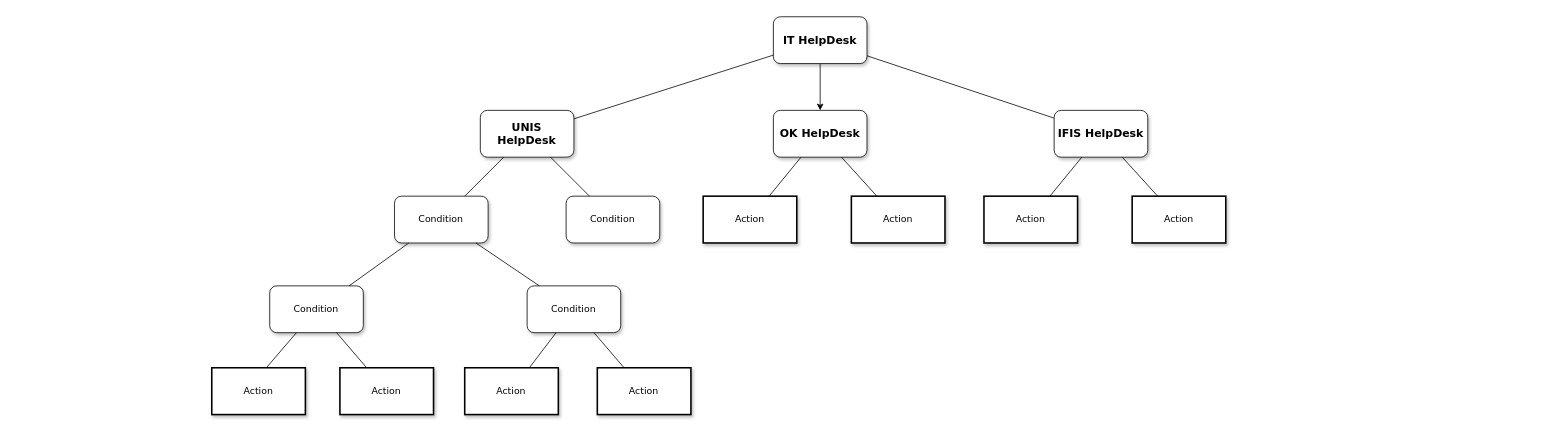
Above: Untitled Diagram.drawio in Jung-YongJin/HelpDesk (draw.io), before the change. Source tidied: cells renumbered, new cells numbered last; positions are measured from the earlier drawing's top-left corner, leaving out a move shared by most shapes. Both pictures are drawn from the tidied source at 78%, with x=0, y=0 at pixel (211, 16).
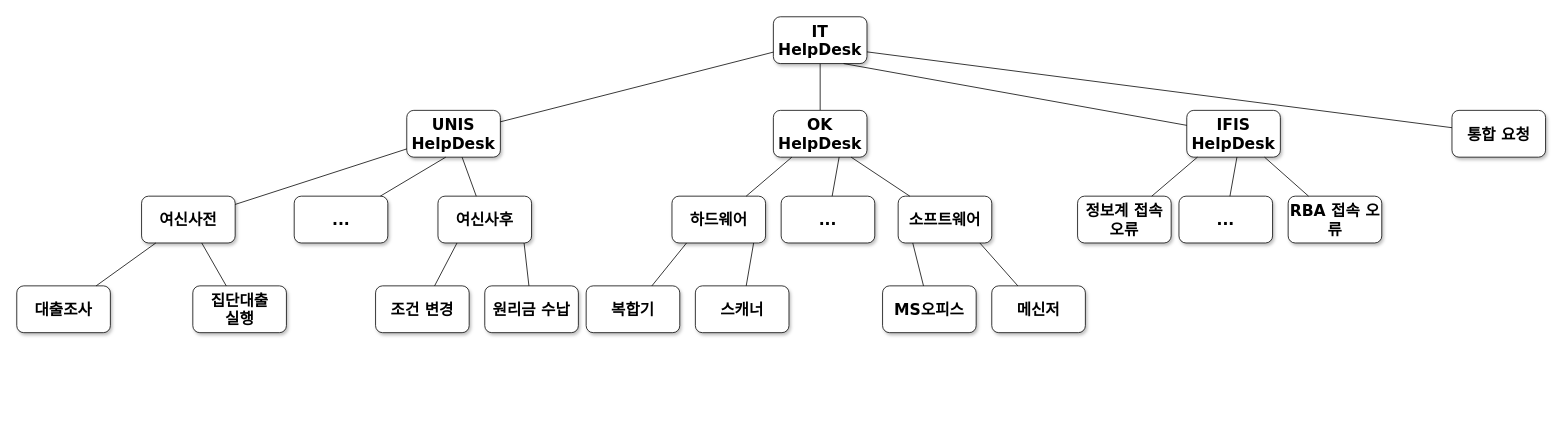
After the change.

Diff of the diagram source:
```diff
@@
-    <mxCell id="2" style="edgeStyle=orthogonalEdgeStyle;rounded=0;jettySize=auto;html=1;" parent="1" edge="1" source="3" target="28">
+    <mxCell id="2" style="edgeStyle=orthogonalEdgeStyle;rounded=0;jettySize=auto;html=1;endArrow=none;endFill=0;" parent="1" edge="1" source="3" target="28">
       <mxGeometry relative="1" as="geometry" />
     </mxCell>
-    <mxCell id="3" value="&lt;b&gt;&lt;font style=&quot;font-size: 14px;&quot;&gt;IT HelpDesk&lt;/font&gt;&lt;/b&gt;" style="whiteSpace=wrap;html=1;rounded=1;shadow=1;labelBackgroundColor=none;strokeWidth=1;fontFamily=Verdana;fontSize=12;align=center;" parent="1" vertex="1">
+    <mxCell id="3" value="&lt;b&gt;&lt;font style=&quot;font-size: 20px;&quot;&gt;IT HelpDesk&lt;/font&gt;&lt;/b&gt;" style="whiteSpace=wrap;html=1;rounded=1;shadow=1;labelBackgroundColor=none;strokeWidth=1;fontFamily=Verdana;fontSize=12;align=center;" parent="1" vertex="1">
       <mxGeometry x="720" width="120" height="60" as="geometry" />
     </mxCell>
-    <mxCell id="4" value="&lt;b style=&quot;border-color: var(--border-color);&quot;&gt;&lt;font style=&quot;border-color: var(--border-color); font-size: 14px;&quot;&gt;UNIS HelpDesk&lt;/font&gt;&lt;/b&gt;" style="whiteSpace=wrap;html=1;rounded=1;shadow=1;labelBackgroundColor=none;strokeWidth=1;fontFamily=Verdana;fontSize=12;align=center;" parent="1" vertex="1">
-      <mxGeometry x="344.3" y="120" width="120" height="60" as="geometry" />
+    <mxCell id="4" value="&lt;b style=&quot;border-color: var(--border-color);&quot;&gt;&lt;font style=&quot;border-color: var(--border-color); font-size: 20px;&quot;&gt;UNIS HelpDesk&lt;/font&gt;&lt;/b&gt;" style="whiteSpace=wrap;html=1;rounded=1;shadow=1;labelBackgroundColor=none;strokeWidth=1;fontFamily=Verdana;fontSize=12;align=center;" parent="1" vertex="1">
+      <mxGeometry x="250" y="120" width="120" height="60" as="geometry" />
     </mxCell>
-    <mxCell id="5" value="&lt;b style=&quot;border-color: var(--border-color);&quot;&gt;&lt;font style=&quot;border-color: var(--border-color); font-size: 14px;&quot;&gt;IFIS HelpDesk&lt;/font&gt;&lt;/b&gt;" style="whiteSpace=wrap;html=1;rounded=1;shadow=1;labelBackgroundColor=none;strokeWidth=1;fontFamily=Verdana;fontSize=12;align=center;" parent="1" vertex="1">
-      <mxGeometry x="1080" y="120" width="120" height="60" as="geometry" />
+    <mxCell id="5" value="&lt;b style=&quot;border-color: var(--border-color);&quot;&gt;&lt;font style=&quot;border-color: var(--border-color); font-size: 20px;&quot;&gt;IFIS HelpDesk&lt;/font&gt;&lt;/b&gt;" style="whiteSpace=wrap;html=1;rounded=1;shadow=1;labelBackgroundColor=none;strokeWidth=1;fontFamily=Verdana;fontSize=12;align=center;" parent="1" vertex="1">
+      <mxGeometry x="1250" y="120" width="120" height="60" as="geometry" />
     </mxCell>
-    <mxCell id="6" style="rounded=0;html=1;labelBackgroundColor=none;startArrow=none;startFill=0;startSize=5;endArrow=none;endFill=0;endSize=5;jettySize=auto;strokeWidth=1;fontFamily=Verdana;fontSize=12;" parent="1" edge="1" source="3" target="5">
+    <mxCell id="6" style="rounded=0;html=1;labelBackgroundColor=none;startArrow=none;startFill=0;startSize=5;endArrow=none;endFill=0;endSize=5;jettySize=auto;strokeWidth=1;fontFamily=Verdana;fontSize=12;exitX=0.75;exitY=1;exitDx=0;exitDy=0;" parent="1" edge="1" source="3" target="5">
       <mxGeometry x="-0.3" y="13" relative="1" as="geometry" />
     </mxCell>
@@
-    <mxCell id="8" value="&lt;span&gt;Condition&lt;/span&gt;" style="whiteSpace=wrap;html=1;rounded=1;shadow=1;labelBackgroundColor=none;strokeWidth=1;fontFamily=Verdana;fontSize=12;align=center;" parent="1" vertex="1">
-      <mxGeometry x="234.3" y="230" width="120" height="60" as="geometry" />
+    <mxCell id="8" value="&lt;span&gt;&lt;b&gt;&lt;font style=&quot;font-size: 20px;&quot;&gt;여신사전&lt;/font&gt;&lt;/b&gt;&lt;/span&gt;" style="whiteSpace=wrap;html=1;rounded=1;shadow=1;labelBackgroundColor=none;strokeWidth=1;fontFamily=Verdana;fontSize=12;align=center;" parent="1" vertex="1">
+      <mxGeometry x="-90" y="230" width="120" height="60" as="geometry" />
     </mxCell>
-    <mxCell id="9" value="&lt;span&gt;Condition&lt;/span&gt;" style="whiteSpace=wrap;html=1;rounded=1;shadow=1;labelBackgroundColor=none;strokeWidth=1;fontFamily=Verdana;fontSize=12;align=center;" parent="1" vertex="1">
-      <mxGeometry x="454.3" y="230" width="120" height="60" as="geometry" />
+    <mxCell id="9" value="&lt;span&gt;&lt;b&gt;&lt;font style=&quot;font-size: 20px;&quot;&gt;여신사후&lt;/font&gt;&lt;/b&gt;&lt;/span&gt;" style="whiteSpace=wrap;html=1;rounded=1;shadow=1;labelBackgroundColor=none;strokeWidth=1;fontFamily=Verdana;fontSize=12;align=center;" parent="1" vertex="1">
+      <mxGeometry x="290" y="230" width="120" height="60" as="geometry" />
     </mxCell>
-    <mxCell id="10" value="&lt;span&gt;Action&lt;/span&gt;" style="whiteSpace=wrap;html=1;rounded=0;shadow=1;labelBackgroundColor=none;strokeWidth=2;fontFamily=Verdana;fontSize=12;align=center;" parent="1" vertex="1">
-      <mxGeometry x="990" y="230" width="120" height="60" as="geometry" />
-    </mxCell>
-    <mxCell id="11" value="&lt;span&gt;Action&lt;/span&gt;" style="whiteSpace=wrap;html=1;rounded=0;shadow=1;labelBackgroundColor=none;strokeWidth=2;fontFamily=Verdana;fontSize=12;align=center;" parent="1" vertex="1">
-      <mxGeometry x="1180" y="230" width="120" height="60" as="geometry" />
-    </mxCell>
-    <mxCell id="12" value="&lt;span&gt;Condition&lt;/span&gt;" style="whiteSpace=wrap;html=1;rounded=1;shadow=1;labelBackgroundColor=none;strokeWidth=1;fontFamily=Verdana;fontSize=12;align=center;" parent="1" vertex="1">
-      <mxGeometry x="74.3" y="345" width="120" height="60" as="geometry" />
+    <mxCell id="12" value="&lt;b&gt;&lt;font style=&quot;font-size: 20px;&quot;&gt;대출조사&lt;/font&gt;&lt;/b&gt;" style="whiteSpace=wrap;html=1;rounded=1;shadow=1;labelBackgroundColor=none;strokeWidth=1;fontFamily=Verdana;fontSize=12;align=center;" parent="1" vertex="1">
+      <mxGeometry x="-250" y="345" width="120" height="60" as="geometry" />
     </mxCell>
-    <mxCell id="13" value="&lt;span&gt;Condition&lt;/span&gt;" style="whiteSpace=wrap;html=1;rounded=1;shadow=1;labelBackgroundColor=none;strokeWidth=1;fontFamily=Verdana;fontSize=12;align=center;" parent="1" vertex="1">
-      <mxGeometry x="404.3" y="345" width="120" height="60" as="geometry" />
+    <mxCell id="13" value="&lt;b&gt;&lt;font style=&quot;font-size: 20px;&quot;&gt;집단대출&lt;br&gt;실행&lt;/font&gt;&lt;/b&gt;" style="whiteSpace=wrap;html=1;rounded=1;shadow=1;labelBackgroundColor=none;strokeWidth=1;fontFamily=Verdana;fontSize=12;align=center;" parent="1" vertex="1">
+      <mxGeometry x="-24.3" y="345" width="120" height="60" as="geometry" />
     </mxCell>
@@
-    <mxCell id="16" style="rounded=0;html=1;labelBackgroundColor=none;startArrow=none;startFill=0;startSize=5;endArrow=none;endFill=0;endSize=5;jettySize=auto;strokeWidth=1;fontFamily=Verdana;fontSize=12;" parent="1" edge="1" source="5" target="10">
-      <mxGeometry x="-0.26" y="-13" relative="1" as="geometry" />
-    </mxCell>
-    <mxCell id="17" style="rounded=0;html=1;labelBackgroundColor=none;startArrow=none;startFill=0;startSize=5;endArrow=none;endFill=0;endSize=5;jettySize=auto;strokeWidth=1;fontFamily=Verdana;fontSize=12;" parent="1" edge="1" source="5" target="11">
-      <mxGeometry x="-0.13" y="17" relative="1" as="geometry" />
-    </mxCell>
@@
-    <mxCell id="20" value="Action" style="whiteSpace=wrap;html=1;rounded=0;shadow=1;labelBackgroundColor=none;strokeWidth=2;fontFamily=Verdana;fontSize=12;align=center;" parent="1" vertex="1">
-      <mxGeometry y="450" width="120" height="60" as="geometry" />
-    </mxCell>
-    <mxCell id="21" value="&lt;span&gt;Action&lt;/span&gt;" style="whiteSpace=wrap;html=1;rounded=0;shadow=1;labelBackgroundColor=none;strokeWidth=2;fontFamily=Verdana;fontSize=12;align=center;" parent="1" vertex="1">
-      <mxGeometry x="164.3" y="450" width="120" height="60" as="geometry" />
-    </mxCell>
-    <mxCell id="22" value="&lt;span&gt;Action&lt;/span&gt;" style="whiteSpace=wrap;html=1;rounded=0;shadow=1;labelBackgroundColor=none;strokeWidth=2;fontFamily=Verdana;fontSize=12;align=center;" parent="1" vertex="1">
-      <mxGeometry x="324.3" y="450" width="120" height="60" as="geometry" />
-    </mxCell>
-    <mxCell id="23" value="&lt;span&gt;Action&lt;/span&gt;" style="whiteSpace=wrap;html=1;rounded=0;shadow=1;labelBackgroundColor=none;strokeWidth=2;fontFamily=Verdana;fontSize=12;align=center;" parent="1" vertex="1">
-      <mxGeometry x="494.3" y="450" width="120" height="60" as="geometry" />
-    </mxCell>
-    <mxCell id="24" style="rounded=0;html=1;labelBackgroundColor=none;startArrow=none;startFill=0;startSize=5;endArrow=none;endFill=0;endSize=5;jettySize=auto;strokeWidth=1;fontFamily=Verdana;fontSize=12;" parent="1" edge="1" source="12">
-      <mxGeometry x="0.14" y="-16" relative="1" as="geometry">
-        <mxPoint x="70" y="450" as="targetPoint" />
-      </mxGeometry>
-    </mxCell>
-    <mxCell id="25" style="rounded=0;html=1;labelBackgroundColor=none;startArrow=none;startFill=0;startSize=5;endArrow=none;endFill=0;endSize=5;jettySize=auto;strokeWidth=1;fontFamily=Verdana;fontSize=12;" parent="1" edge="1" source="12" target="21">
-      <mxGeometry x="0.14" y="16" relative="1" as="geometry" />
-    </mxCell>
-    <mxCell id="26" style="rounded=0;html=1;labelBackgroundColor=none;startArrow=none;startFill=0;startSize=5;endArrow=none;endFill=0;endSize=5;jettySize=auto;strokeWidth=1;fontFamily=Verdana;fontSize=12;" parent="1" edge="1" source="13" target="22">
-      <mxGeometry y="-12" relative="1" as="geometry" />
-    </mxCell>
-    <mxCell id="27" style="rounded=0;html=1;labelBackgroundColor=none;startArrow=none;startFill=0;startSize=5;endArrow=none;endFill=0;endSize=5;jettySize=auto;strokeWidth=1;fontFamily=Verdana;fontSize=12;" parent="1" edge="1" source="13" target="23">
-      <mxGeometry x="0.14" y="16" relative="1" as="geometry" />
-    </mxCell>
-    <mxCell id="28" value="&lt;b style=&quot;border-color: var(--border-color);&quot;&gt;&lt;font style=&quot;border-color: var(--border-color); font-size: 14px;&quot;&gt;OK HelpDesk&lt;/font&gt;&lt;/b&gt;" style="whiteSpace=wrap;html=1;rounded=1;shadow=1;labelBackgroundColor=none;strokeWidth=1;fontFamily=Verdana;fontSize=12;align=center;" parent="1" vertex="1">
+    <mxCell id="28" value="&lt;b style=&quot;border-color: var(--border-color);&quot;&gt;&lt;font style=&quot;border-color: var(--border-color); font-size: 20px;&quot;&gt;OK HelpDesk&lt;/font&gt;&lt;/b&gt;" style="whiteSpace=wrap;html=1;rounded=1;shadow=1;labelBackgroundColor=none;strokeWidth=1;fontFamily=Verdana;fontSize=12;align=center;" parent="1" vertex="1">
       <mxGeometry x="720" y="120" width="120" height="60" as="geometry" />
     </mxCell>
-    <mxCell id="29" value="&lt;span&gt;Action&lt;/span&gt;" style="whiteSpace=wrap;html=1;rounded=0;shadow=1;labelBackgroundColor=none;strokeWidth=2;fontFamily=Verdana;fontSize=12;align=center;" parent="1" vertex="1">
-      <mxGeometry x="630" y="230" width="120" height="60" as="geometry" />
-    </mxCell>
-    <mxCell id="30" value="&lt;span&gt;Action&lt;/span&gt;" style="whiteSpace=wrap;html=1;rounded=0;shadow=1;labelBackgroundColor=none;strokeWidth=2;fontFamily=Verdana;fontSize=12;align=center;" parent="1" vertex="1">
-      <mxGeometry x="820" y="230" width="120" height="60" as="geometry" />
-    </mxCell>
-    <mxCell id="31" style="rounded=0;html=1;labelBackgroundColor=none;startArrow=none;startFill=0;startSize=5;endArrow=none;endFill=0;endSize=5;jettySize=auto;strokeWidth=1;fontFamily=Verdana;fontSize=12;" parent="1" edge="1" source="28" target="29">
-      <mxGeometry x="-0.26" y="-13" relative="1" as="geometry" />
-    </mxCell>
-    <mxCell id="32" style="rounded=0;html=1;labelBackgroundColor=none;startArrow=none;startFill=0;startSize=5;endArrow=none;endFill=0;endSize=5;jettySize=auto;strokeWidth=1;fontFamily=Verdana;fontSize=12;" parent="1" edge="1" source="28" target="30">
-      <mxGeometry x="-0.13" y="17" relative="1" as="geometry" />
-    </mxCell>
+    <mxCell id="33" value="&lt;b&gt;&lt;font style=&quot;font-size: 20px;&quot;&gt;...&lt;/font&gt;&lt;/b&gt;" style="whiteSpace=wrap;html=1;rounded=1;shadow=1;labelBackgroundColor=none;strokeWidth=1;fontFamily=Verdana;fontSize=12;align=center;" parent="1" vertex="1">
+      <mxGeometry x="105.7" y="230" width="120" height="60" as="geometry" />
+    </mxCell>
+    <mxCell id="34" style="rounded=0;html=1;labelBackgroundColor=none;startArrow=none;startFill=0;startSize=5;endArrow=none;endFill=0;endSize=5;jettySize=auto;strokeWidth=1;fontFamily=Verdana;fontSize=12;exitX=0.5;exitY=1;exitDx=0;exitDy=0;" parent="1" edge="1" target="33">
+      <mxGeometry x="-0.2" y="-14" relative="1" as="geometry">
+        <mxPoint x="300" y="180" as="sourcePoint" />
+      </mxGeometry>
+    </mxCell>
+    <mxCell id="35" value="&lt;b&gt;&lt;font style=&quot;font-size: 20px;&quot;&gt;조건 변경&lt;/font&gt;&lt;/b&gt;" style="whiteSpace=wrap;html=1;rounded=1;shadow=1;labelBackgroundColor=none;strokeWidth=1;fontFamily=Verdana;fontSize=12;align=center;" parent="1" vertex="1">
+      <mxGeometry x="210" y="345" width="120" height="60" as="geometry" />
+    </mxCell>
+    <mxCell id="36" value="&lt;b&gt;&lt;font style=&quot;font-size: 20px;&quot;&gt;원리금 수납&lt;/font&gt;&lt;/b&gt;" style="whiteSpace=wrap;html=1;rounded=1;shadow=1;labelBackgroundColor=none;strokeWidth=1;fontFamily=Verdana;fontSize=12;align=center;" parent="1" vertex="1">
+      <mxGeometry x="350" y="345" width="120" height="60" as="geometry" />
+    </mxCell>
+    <mxCell id="37" style="rounded=0;html=1;labelBackgroundColor=none;startArrow=none;startFill=0;startSize=5;endArrow=none;endFill=0;endSize=5;jettySize=auto;strokeWidth=1;fontFamily=Verdana;fontSize=12;" parent="1" edge="1" target="35">
+      <mxGeometry x="-0.22" y="-14" relative="1" as="geometry">
+        <mxPoint x="314.4" y="290" as="sourcePoint" />
+      </mxGeometry>
+    </mxCell>
+    <mxCell id="38" style="rounded=0;html=1;labelBackgroundColor=none;startArrow=none;startFill=0;startSize=5;endArrow=none;endFill=0;endSize=5;jettySize=auto;strokeWidth=1;fontFamily=Verdana;fontSize=12;" parent="1" edge="1" target="36">
+      <mxGeometry x="-0.29" y="12" relative="1" as="geometry">
+        <mxPoint x="400.4" y="290" as="sourcePoint" />
+      </mxGeometry>
+    </mxCell>
+    <mxCell id="39" value="&lt;b&gt;&lt;font style=&quot;font-size: 20px;&quot;&gt;하드웨어&lt;/font&gt;&lt;/b&gt;" style="whiteSpace=wrap;html=1;rounded=1;shadow=1;labelBackgroundColor=none;strokeWidth=1;fontFamily=Verdana;fontSize=12;align=center;" parent="1" vertex="1">
+      <mxGeometry x="590" y="230" width="120" height="60" as="geometry" />
+    </mxCell>
+    <mxCell id="40" value="&lt;font style=&quot;font-size: 20px;&quot;&gt;&lt;b&gt;소프트웨어&lt;/b&gt;&lt;/font&gt;" style="whiteSpace=wrap;html=1;rounded=1;shadow=1;labelBackgroundColor=none;strokeWidth=1;fontFamily=Verdana;fontSize=12;align=center;" parent="1" vertex="1">
+      <mxGeometry x="880" y="230" width="120" height="60" as="geometry" />
+    </mxCell>
+    <mxCell id="41" style="rounded=0;html=1;labelBackgroundColor=none;startArrow=none;startFill=0;startSize=5;endArrow=none;endFill=0;endSize=5;jettySize=auto;strokeWidth=1;fontFamily=Verdana;fontSize=12;" parent="1" edge="1" target="39">
+      <mxGeometry x="-0.22" y="-14" relative="1" as="geometry">
+        <mxPoint x="743.7" y="180" as="sourcePoint" />
+      </mxGeometry>
+    </mxCell>
+    <mxCell id="42" style="rounded=0;html=1;labelBackgroundColor=none;startArrow=none;startFill=0;startSize=5;endArrow=none;endFill=0;endSize=5;jettySize=auto;strokeWidth=1;fontFamily=Verdana;fontSize=12;" parent="1" edge="1" target="40">
+      <mxGeometry x="-0.29" y="12" relative="1" as="geometry">
+        <mxPoint x="819.7" y="180" as="sourcePoint" />
+      </mxGeometry>
+    </mxCell>
+    <mxCell id="43" value="&lt;font style=&quot;font-size: 20px;&quot;&gt;&lt;b&gt;정보계 접속 오류&lt;/b&gt;&lt;/font&gt;" style="whiteSpace=wrap;html=1;rounded=1;shadow=1;labelBackgroundColor=none;strokeWidth=1;fontFamily=Verdana;fontSize=12;align=center;" parent="1" vertex="1">
+      <mxGeometry x="1110" y="230" width="120" height="60" as="geometry" />
+    </mxCell>
+    <mxCell id="44" value="&lt;b&gt;&lt;font style=&quot;font-size: 20px;&quot;&gt;RBA 접속 오류&lt;/font&gt;&lt;/b&gt;" style="whiteSpace=wrap;html=1;rounded=1;shadow=1;labelBackgroundColor=none;strokeWidth=1;fontFamily=Verdana;fontSize=12;align=center;" parent="1" vertex="1">
+      <mxGeometry x="1380" y="230" width="120" height="60" as="geometry" />
+    </mxCell>
+    <mxCell id="45" style="rounded=0;html=1;labelBackgroundColor=none;startArrow=none;startFill=0;startSize=5;endArrow=none;endFill=0;endSize=5;jettySize=auto;strokeWidth=1;fontFamily=Verdana;fontSize=12;" parent="1" edge="1" target="43">
+      <mxGeometry x="-0.22" y="-14" relative="1" as="geometry">
+        <mxPoint x="1263.7" y="180" as="sourcePoint" />
+      </mxGeometry>
+    </mxCell>
+    <mxCell id="46" style="rounded=0;html=1;labelBackgroundColor=none;startArrow=none;startFill=0;startSize=5;endArrow=none;endFill=0;endSize=5;jettySize=auto;strokeWidth=1;fontFamily=Verdana;fontSize=12;" parent="1" edge="1" target="44">
+      <mxGeometry x="-0.29" y="12" relative="1" as="geometry">
+        <mxPoint x="1349.7" y="180" as="sourcePoint" />
+      </mxGeometry>
+    </mxCell>
+    <mxCell id="47" value="&lt;b&gt;&lt;font style=&quot;font-size: 20px;&quot;&gt;MS오피스&lt;/font&gt;&lt;/b&gt;" style="whiteSpace=wrap;html=1;rounded=1;shadow=1;labelBackgroundColor=none;strokeWidth=1;fontFamily=Verdana;fontSize=12;align=center;" parent="1" vertex="1">
+      <mxGeometry x="860" y="345" width="120" height="60" as="geometry" />
+    </mxCell>
+    <mxCell id="48" value="&lt;font style=&quot;font-size: 20px;&quot;&gt;&lt;b&gt;메신저&lt;/b&gt;&lt;/font&gt;" style="whiteSpace=wrap;html=1;rounded=1;shadow=1;labelBackgroundColor=none;strokeWidth=1;fontFamily=Verdana;fontSize=12;align=center;" parent="1" vertex="1">
+      <mxGeometry x="1000" y="345" width="120" height="60" as="geometry" />
+    </mxCell>
+    <mxCell id="49" style="rounded=0;html=1;labelBackgroundColor=none;startArrow=none;startFill=0;startSize=5;endArrow=none;endFill=0;endSize=5;jettySize=auto;strokeWidth=1;fontFamily=Verdana;fontSize=12;" parent="1" edge="1" target="47">
+      <mxGeometry x="-0.22" y="-14" relative="1" as="geometry">
+        <mxPoint x="898.7" y="290" as="sourcePoint" />
+      </mxGeometry>
+    </mxCell>
+    <mxCell id="50" style="rounded=0;html=1;labelBackgroundColor=none;startArrow=none;startFill=0;startSize=5;endArrow=none;endFill=0;endSize=5;jettySize=auto;strokeWidth=1;fontFamily=Verdana;fontSize=12;" parent="1" edge="1" target="48">
+      <mxGeometry x="-0.29" y="12" relative="1" as="geometry">
+        <mxPoint x="984.7" y="290" as="sourcePoint" />
+      </mxGeometry>
+    </mxCell>
+    <mxCell id="51" value="&lt;b&gt;&lt;font style=&quot;font-size: 20px;&quot;&gt;복합기&lt;/font&gt;&lt;/b&gt;" style="whiteSpace=wrap;html=1;rounded=1;shadow=1;labelBackgroundColor=none;strokeWidth=1;fontFamily=Verdana;fontSize=12;align=center;" parent="1" vertex="1">
+      <mxGeometry x="480" y="345" width="120" height="60" as="geometry" />
+    </mxCell>
+    <mxCell id="52" value="&lt;b&gt;&lt;font style=&quot;font-size: 20px;&quot;&gt;스캐너&lt;/font&gt;&lt;/b&gt;" style="whiteSpace=wrap;html=1;rounded=1;shadow=1;labelBackgroundColor=none;strokeWidth=1;fontFamily=Verdana;fontSize=12;align=center;" parent="1" vertex="1">
+      <mxGeometry x="620" y="345" width="120" height="60" as="geometry" />
+    </mxCell>
+    <mxCell id="53" style="rounded=0;html=1;labelBackgroundColor=none;startArrow=none;startFill=0;startSize=5;endArrow=none;endFill=0;endSize=5;jettySize=auto;strokeWidth=1;fontFamily=Verdana;fontSize=12;" parent="1" edge="1" target="51">
+      <mxGeometry x="-0.22" y="-14" relative="1" as="geometry">
+        <mxPoint x="608.7" y="290" as="sourcePoint" />
+      </mxGeometry>
+    </mxCell>
+    <mxCell id="54" style="rounded=0;html=1;labelBackgroundColor=none;startArrow=none;startFill=0;startSize=5;endArrow=none;endFill=0;endSize=5;jettySize=auto;strokeWidth=1;fontFamily=Verdana;fontSize=12;" parent="1" edge="1" target="52">
+      <mxGeometry x="-0.29" y="12" relative="1" as="geometry">
+        <mxPoint x="694.7" y="290" as="sourcePoint" />
+      </mxGeometry>
+    </mxCell>
+    <mxCell id="55" value="&lt;b&gt;&lt;font style=&quot;font-size: 20px;&quot;&gt;...&lt;/font&gt;&lt;/b&gt;" style="whiteSpace=wrap;html=1;rounded=1;shadow=1;labelBackgroundColor=none;strokeWidth=1;fontFamily=Verdana;fontSize=12;align=center;" parent="1" vertex="1">
+      <mxGeometry x="730" y="230" width="120" height="60" as="geometry" />
+    </mxCell>
+    <mxCell id="56" style="rounded=0;html=1;labelBackgroundColor=none;startArrow=none;startFill=0;startSize=5;endArrow=none;endFill=0;endSize=5;jettySize=auto;strokeWidth=1;fontFamily=Verdana;fontSize=12;exitX=0.5;exitY=1;exitDx=0;exitDy=0;" parent="1" edge="1" target="55">
+      <mxGeometry x="-0.2" y="-14" relative="1" as="geometry">
+        <mxPoint x="804.3" y="180" as="sourcePoint" />
+      </mxGeometry>
+    </mxCell>
+    <mxCell id="57" value="&lt;b&gt;&lt;font style=&quot;font-size: 20px;&quot;&gt;...&lt;/font&gt;&lt;/b&gt;" style="whiteSpace=wrap;html=1;rounded=1;shadow=1;labelBackgroundColor=none;strokeWidth=1;fontFamily=Verdana;fontSize=12;align=center;" parent="1" vertex="1">
+      <mxGeometry x="1240" y="230" width="120" height="60" as="geometry" />
+    </mxCell>
+    <mxCell id="58" style="rounded=0;html=1;labelBackgroundColor=none;startArrow=none;startFill=0;startSize=5;endArrow=none;endFill=0;endSize=5;jettySize=auto;strokeWidth=1;fontFamily=Verdana;fontSize=12;exitX=0.5;exitY=1;exitDx=0;exitDy=0;" parent="1" edge="1" target="57">
+      <mxGeometry x="-0.2" y="-14" relative="1" as="geometry">
+        <mxPoint x="1314.3" y="180" as="sourcePoint" />
+      </mxGeometry>
+    </mxCell>
+    <mxCell id="59" value="&lt;b style=&quot;&quot;&gt;&lt;font style=&quot;font-size: 20px;&quot;&gt;통합 요청&lt;/font&gt;&lt;/b&gt;" style="whiteSpace=wrap;html=1;rounded=1;shadow=1;labelBackgroundColor=none;strokeWidth=1;fontFamily=Verdana;fontSize=12;align=center;" parent="1" vertex="1">
+      <mxGeometry x="1590" y="120" width="120" height="60" as="geometry" />
+    </mxCell>
+    <mxCell id="60" style="rounded=0;html=1;labelBackgroundColor=none;startArrow=none;startFill=0;startSize=5;endArrow=none;endFill=0;endSize=5;jettySize=auto;strokeWidth=1;fontFamily=Verdana;fontSize=12;exitX=1;exitY=0.75;exitDx=0;exitDy=0;" parent="1" edge="1" source="3" target="59">
+      <mxGeometry x="-0.3" y="13" relative="1" as="geometry" />
+    </mxCell>
```
